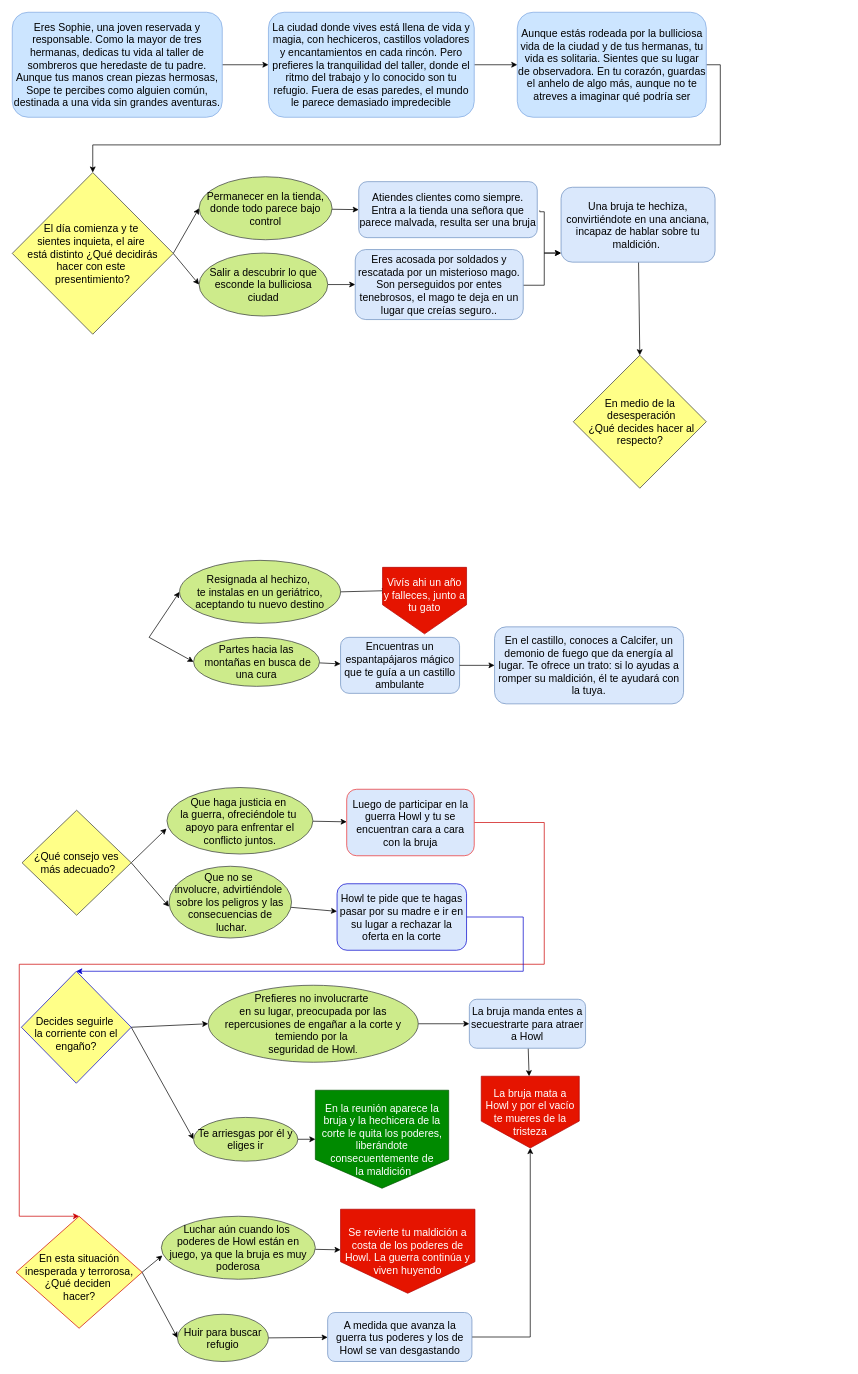
Earlier version of the draw.io diagram diagramaFINAL.drawio (2).drawio (delfinapinto/pmiw). Source tidied: cells renumbered, new cells numbered last; positions are measured from the earlier drawing's top-left corner, leaving out a move shared by most shapes. Both pictures are drawn from the tidied source at 70%, with x=0, y=0 at pixel (12, 12).
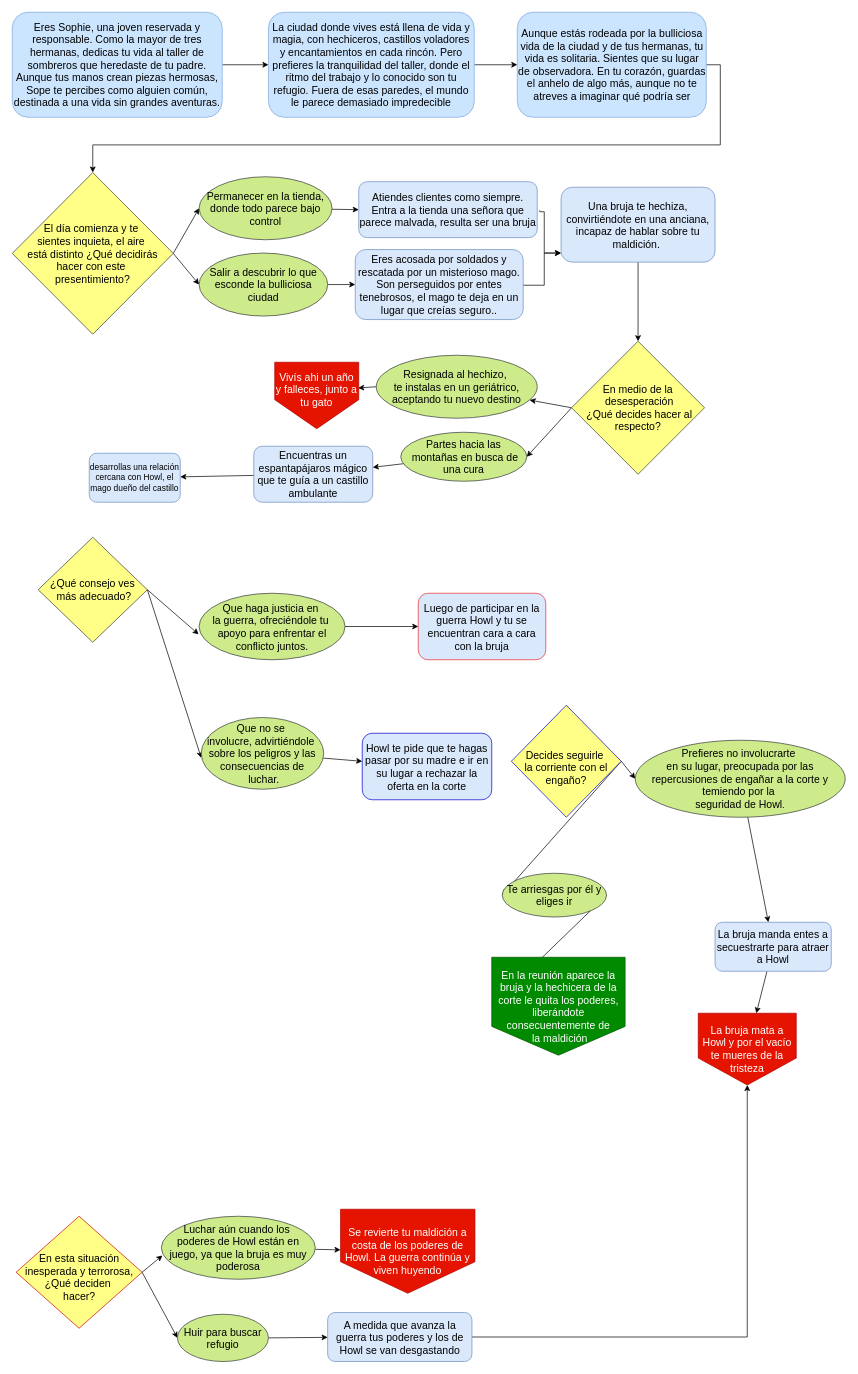
The same page after the edit.

The change refers to these unchanged cells:
```xml
<mxCell id="39" value="&lt;div style=&quot;font-size: 13px;&quot;&gt;&lt;font style=&quot;font-size: 13px;&quot;&gt;&lt;br&gt;&lt;/font&gt;&lt;/div&gt;&lt;font style=&quot;font-size: 15px;&quot;&gt;En esta situación inesperada y terrorosa, ¿Qué deciden&amp;nbsp;&lt;/font&gt;&lt;div style=&quot;font-size: 15px;&quot;&gt;&lt;font style=&quot;font-size: 15px;&quot;&gt;hacer?&lt;/font&gt;&lt;/div&gt;" style="rhombus;whiteSpace=wrap;html=1;fillColor=#ffff88;strokeColor=#CC0000;" parent="1" vertex="1">
  <mxGeometry x="5.5" y="1720" width="180" height="160" as="geometry" />
</mxCell>
```

Change to the diagram source:
```diff
@@
-    <mxCell id="17" style="rounded=0;jettySize=auto;html=1;fillColor=#e3c800;strokeColor=#000000;exitX=1;exitY=0.5;exitDx=0;exitDy=0;entryX=0;entryY=0.5;entryDx=0;entryDy=0;" parent="1" edge="1" target="19">
-      <mxGeometry relative="1" as="geometry">
-        <mxPoint x="195.5" y="893" as="sourcePoint" />
-      </mxGeometry>
-    </mxCell>
-    <mxCell id="18" style="rounded=0;jettySize=auto;html=1;exitX=1;exitY=0.5;exitDx=0;exitDy=0;entryX=0.063;entryY=0.35;entryDx=0;entryDy=0;entryPerimeter=0;" parent="1" edge="1" source="19" target="22">
+    <mxCell id="18" style="rounded=0;jettySize=auto;html=1;entryX=0.993;entryY=0.387;entryDx=0;entryDy=0;entryPerimeter=0;exitX=0;exitY=0.5;exitDx=0;exitDy=0;" parent="1" edge="1" source="19" target="22">
       <mxGeometry relative="1" as="geometry" />
     </mxCell>
     <mxCell id="19" value="&lt;font style=&quot;font-size: 15px;&quot;&gt;Resignada al hechizo,&amp;nbsp;&lt;/font&gt;&lt;div style=&quot;font-size: 15px;&quot;&gt;&lt;font style=&quot;font-size: 15px;&quot;&gt;te instalas en un geriátrico, aceptando tu nuevo destino&lt;/font&gt;&lt;/div&gt;" style="ellipse;whiteSpace=wrap;html=1;fillColor=#cdeb8b;strokeColor=#36393d;" parent="1" vertex="1">
-      <mxGeometry x="239" y="783" width="230" height="90" as="geometry" />
+      <mxGeometry x="520" y="490" width="230" height="90" as="geometry" />
     </mxCell>
@@
     <mxCell id="21" value="&lt;font style=&quot;font-size: 15px;&quot;&gt;Partes hacia las&lt;/font&gt;&lt;div&gt;&lt;font style=&quot;font-size: 15px;&quot;&gt;&amp;nbsp;montañas en busca de una cura&lt;/font&gt;&lt;/div&gt;" style="ellipse;whiteSpace=wrap;html=1;fillColor=#cdeb8b;strokeColor=#36393d;" parent="1" vertex="1">
-      <mxGeometry x="259" y="893" width="180" height="70" as="geometry" />
+      <mxGeometry x="555" y="600" width="180" height="70" as="geometry" />
     </mxCell>
     <mxCell id="22" value="&lt;div style=&quot;font-size: 15px;&quot;&gt;&lt;font style=&quot;font-size: 15px;&quot;&gt;&lt;span style=&quot;background-color: initial;&quot;&gt;Vivís&lt;/span&gt;&lt;span style=&quot;background-color: initial;&quot; class=&quot;ql-cursor&quot;&gt;&lt;/span&gt;&lt;span style=&quot;background-color: initial;&quot;&gt; ahi un año y falleces, junto a tu gato&lt;/span&gt;&lt;br&gt;&lt;/font&gt;&lt;/div&gt;&lt;div style=&quot;font-size: 15px;&quot;&gt;&lt;br&gt;&lt;/div&gt;" style="shape=offPageConnector;whiteSpace=wrap;html=1;fillColor=#e51400;fontColor=#ffffff;strokeColor=#B20000;size=0.43703703703703706;" parent="1" vertex="1">
-      <mxGeometry x="529" y="793" width="120" height="95" as="geometry" />
+      <mxGeometry x="375" y="500" width="120" height="95" as="geometry" />
     </mxCell>
+    <mxCell id="65" style="rounded=0;jettySize=auto;html=1;" parent="1" edge="1" source="23" target="67">
+      <mxGeometry relative="1" as="geometry" />
+    </mxCell>
     <mxCell id="23" value="&lt;font style=&quot;font-size: 15px;&quot;&gt;Encuentras un espantapájaros mágico que te guía a un castillo ambulante&lt;/font&gt;" style="rounded=1;whiteSpace=wrap;html=1;fillColor=#dae8fc;strokeColor=#6c8ebf;" parent="1" vertex="1">
-      <mxGeometry x="469" y="893" width="170" height="80" as="geometry" />
+      <mxGeometry x="345" y="620" width="170" height="80" as="geometry" />
     </mxCell>
-    <mxCell id="24" style="rounded=0;jettySize=auto;html=1;entryX=0;entryY=0.5;entryDx=0;entryDy=0;fillColor=#0050ef;strokeColor=#000000;exitX=1;exitY=0.5;exitDx=0;exitDy=0;" parent="1" edge="1" source="23" target="25">
-      <mxGeometry relative="1" as="geometry" />
-    </mxCell>
-    <mxCell id="25" value="&lt;font style=&quot;font-size: 15px;&quot;&gt;En el castillo, conoces a Calcifer, un demonio de fuego que da energía al lugar. Te ofrece un trato: si lo ayudas a romper su maldición, él te ayudará con la tuya.&lt;/font&gt;" style="rounded=1;whiteSpace=wrap;html=1;fillColor=#dae8fc;strokeColor=#6c8ebf;" parent="1" vertex="1">
-      <mxGeometry x="689" y="878" width="270" height="110" as="geometry" />
-    </mxCell>
@@
     <mxCell id="28" value="&lt;font style=&quot;font-size: 15px;&quot;&gt;¿Qué consejo ves&lt;/font&gt;&lt;div style=&quot;font-size: 15px;&quot;&gt;&lt;font style=&quot;font-size: 15px;&quot;&gt;&amp;nbsp;más adecuado?&lt;/font&gt;&lt;/div&gt;" style="rhombus;whiteSpace=wrap;html=1;fillColor=#ffff88;strokeColor=#36393d;" parent="1" vertex="1">
-      <mxGeometry x="14" y="1140" width="156" height="150" as="geometry" />
+      <mxGeometry x="37" y="750" width="156" height="150" as="geometry" />
     </mxCell>
@@
     <mxCell id="30" value="&lt;font style=&quot;font-size: 15px;&quot;&gt;Que haga justicia en&amp;nbsp;&lt;/font&gt;&lt;div&gt;&lt;font style=&quot;font-size: 15px;&quot;&gt;la&amp;nbsp;&lt;/font&gt;&lt;span style=&quot;font-size: 15px; background-color: initial;&quot;&gt;guerra, ofreciéndole tu&amp;nbsp;&lt;/span&gt;&lt;/div&gt;&lt;div&gt;&lt;span style=&quot;font-size: 15px; background-color: initial;&quot;&gt;apoyo para enfrentar el conflicto juntos.&lt;/span&gt;&lt;/div&gt;" style="ellipse;whiteSpace=wrap;html=1;fillColor=#cdeb8b;strokeColor=#36393d;" parent="1" vertex="1">
-      <mxGeometry x="221" y="1107.5" width="208.5" height="95" as="geometry" />
+      <mxGeometry x="266.9" y="830" width="208.5" height="95" as="geometry" />
     </mxCell>
@@
     <mxCell id="32" value="&lt;font style=&quot;font-size: 15px;&quot;&gt;Que no se&amp;nbsp;&lt;/font&gt;&lt;div style=&quot;font-size: 15px;&quot;&gt;&lt;font style=&quot;font-size: 15px;&quot;&gt;involucre, advirtiéndole&amp;nbsp;&lt;/font&gt;&lt;/div&gt;&lt;div style=&quot;font-size: 15px;&quot;&gt;&lt;font style=&quot;font-size: 15px;&quot;&gt;sobre los peligros y las consecuencias de&lt;/font&gt;&lt;div style=&quot;&quot;&gt;&lt;font style=&quot;font-size: 15px;&quot;&gt;&amp;nbsp;luchar.&lt;/font&gt;&lt;/div&gt;&lt;/div&gt;" style="ellipse;whiteSpace=wrap;html=1;fillColor=#cdeb8b;strokeColor=#36393d;" parent="1" vertex="1">
-      <mxGeometry x="224" y="1220" width="175" height="102.5" as="geometry" />
+      <mxGeometry x="270" y="1007.5" width="175" height="102.5" as="geometry" />
     </mxCell>
-    <mxCell id="33" style="edgeStyle=orthogonalEdgeStyle;rounded=0;jettySize=auto;html=1;entryX=0.5;entryY=0;entryDx=0;entryDy=0;exitX=1;exitY=0.5;exitDx=0;exitDy=0;strokeColor=#CC0000;" parent="1" edge="1" source="34" target="39">
-      <mxGeometry relative="1" as="geometry">
-        <Array as="points">
-          <mxPoint x="760" y="1158" />
-          <mxPoint x="760" y="1360" />
-          <mxPoint x="10" y="1360" />
-          <mxPoint x="10" y="1720" />
-        </Array>
-      </mxGeometry>
-    </mxCell>
     <mxCell id="34" value="&lt;font style=&quot;font-size: 15px;&quot;&gt;Luego de participar en la guerra&amp;nbsp;Howl y tu se encuentran cara a cara con la bruja&lt;/font&gt;" style="rounded=1;whiteSpace=wrap;html=1;fillColor=#dae8fc;strokeColor=#ed2c2c;" parent="1" vertex="1">
-      <mxGeometry x="477.8" y="1110" width="182.2" height="95" as="geometry" />
+      <mxGeometry x="580" y="830" width="182.2" height="95" as="geometry" />
     </mxCell>
-    <mxCell id="35" style="edgeStyle=orthogonalEdgeStyle;rounded=0;jettySize=auto;html=1;entryX=0.5;entryY=0;entryDx=0;entryDy=0;exitX=1;exitY=0.5;exitDx=0;exitDy=0;strokeColor=#0000CC;" parent="1" edge="1" source="36" target="46">
-      <mxGeometry relative="1" as="geometry">
-        <Array as="points">
-          <mxPoint x="730" y="1293" />
-          <mxPoint x="730" y="1370" />
-        </Array>
-      </mxGeometry>
-    </mxCell>
     <mxCell id="36" value="&lt;font style=&quot;font-size: 15px;&quot;&gt;Howl te pide que te hagas pasar por su madre e ir en su lugar a rechazar la oferta en la corte&lt;/font&gt;" style="rounded=1;whiteSpace=wrap;html=1;fillColor=#dae8fc;strokeColor=#0000CC;" parent="1" vertex="1">
-      <mxGeometry x="464" y="1245" width="185" height="95" as="geometry" />
+      <mxGeometry x="500" y="1030" width="185" height="95" as="geometry" />
     </mxCell>
@@
     <mxCell id="46" value="&lt;div style=&quot;font-size: 15px;&quot;&gt;&lt;font style=&quot;font-size: 15px;&quot;&gt;&lt;br&gt;&lt;/font&gt;&lt;/div&gt;&lt;font style=&quot;font-size: 15px;&quot;&gt;Decides seguirle&amp;nbsp;&lt;/font&gt;&lt;div style=&quot;font-size: 15px;&quot;&gt;&lt;font style=&quot;font-size: 15px;&quot;&gt;la corriente con el engaño?&lt;/font&gt;&lt;/div&gt;" style="rhombus;whiteSpace=wrap;html=1;fillColor=#ffff88;strokeColor=#0000CC;" parent="1" vertex="1">
-      <mxGeometry x="13" y="1370" width="157" height="160" as="geometry" />
+      <mxGeometry x="713" y="990" width="157" height="160" as="geometry" />
     </mxCell>
@@
     <mxCell id="48" value="&lt;font style=&quot;font-size: 15px;&quot;&gt;Te arriesgas por él y eliges ir&lt;/font&gt;" style="ellipse;whiteSpace=wrap;html=1;fillColor=#cdeb8b;strokeColor=#36393d;" parent="1" vertex="1">
-      <mxGeometry x="259" y="1578.8" width="149" height="62.5" as="geometry" />
+      <mxGeometry x="700" y="1230" width="149" height="62.5" as="geometry" />
     </mxCell>
@@
     <mxCell id="50" value="&lt;font style=&quot;font-size: 15px;&quot;&gt;Prefieres no&amp;nbsp;&lt;/font&gt;&lt;span style=&quot;font-size: 15px; background-color: initial;&quot;&gt;involucrarte&amp;nbsp;&lt;/span&gt;&lt;div&gt;&lt;div style=&quot;font-size: 15px;&quot;&gt;&lt;font style=&quot;font-size: 15px;&quot;&gt;en su lugar, preocupada por las repercusiones de engañar a la corte y temiendo por la&amp;nbsp;&lt;/font&gt;&lt;/div&gt;&lt;div style=&quot;font-size: 15px;&quot;&gt;&lt;font style=&quot;font-size: 15px;&quot;&gt;seguridad de Howl&lt;/font&gt;&lt;font style=&quot;font-size: 13px;&quot;&gt;.&lt;/font&gt;&lt;/div&gt;&lt;/div&gt;" style="ellipse;whiteSpace=wrap;html=1;fillColor=#cdeb8b;strokeColor=#36393d;" parent="1" vertex="1">
-      <mxGeometry x="280" y="1390" width="300" height="110" as="geometry" />
+      <mxGeometry x="890" y="1040" width="300" height="110" as="geometry" />
     </mxCell>
@@
     <mxCell id="56" value="&lt;font style=&quot;font-size: 15px;&quot;&gt;La bruja manda entes a secuestrarte para atraer a Howl&lt;/font&gt;" style="rounded=1;whiteSpace=wrap;html=1;fillColor=#dae8fc;strokeColor=#6c8ebf;" parent="1" vertex="1">
-      <mxGeometry x="653" y="1410" width="166" height="70" as="geometry" />
+      <mxGeometry x="1004" y="1300" width="166" height="70" as="geometry" />
     </mxCell>
     <mxCell id="57" value="&lt;div&gt;&lt;font style=&quot;font-size: 15px;&quot;&gt;La bruja mata a Howl y por el vacío te mueres de la tristeza&lt;/font&gt;&lt;br&gt;&lt;/div&gt;" style="shape=offPageConnector;whiteSpace=wrap;html=1;fillColor=#e51400;fontColor=#ffffff;strokeColor=#B20000;" parent="1" vertex="1">
-      <mxGeometry x="670" y="1520" width="140" height="102.5" as="geometry" />
+      <mxGeometry x="980" y="1430" width="140" height="102.5" as="geometry" />
     </mxCell>
     <mxCell id="58" value="&lt;font style=&quot;font-size: 15px;&quot;&gt;En la reunión aparece la bruja y la hechicera de la corte le quita los poderes, liberándote consecuentemente de&lt;/font&gt;&lt;div style=&quot;font-size: 15px;&quot;&gt;&lt;font style=&quot;font-size: 15px;&quot;&gt;&amp;nbsp;la maldición&lt;/font&gt;&lt;/div&gt;" style="shape=offPageConnector;whiteSpace=wrap;html=1;fillColor=#008a00;fontColor=#ffffff;strokeColor=#005700;size=0.29411764705882354;" parent="1" vertex="1">
-      <mxGeometry x="433" y="1540" width="190.5" height="140" as="geometry" />
+      <mxGeometry x="685" y="1350" width="190.5" height="140" as="geometry" />
     </mxCell>
@@
-    <mxCell id="63" style="rounded=0;jettySize=auto;html=1;exitX=1;exitY=0.5;exitDx=0;exitDy=0;entryX=0;entryY=0.5;entryDx=0;entryDy=0;" parent="1" edge="1" target="21">
-      <mxGeometry relative="1" as="geometry">
-        <mxPoint x="195.5" y="893" as="sourcePoint" />
-      </mxGeometry>
+    <mxCell id="63" style="rounded=0;jettySize=auto;html=1;exitX=0;exitY=0.5;exitDx=0;exitDy=0;entryX=1;entryY=0.5;entryDx=0;entryDy=0;" parent="1" edge="1" source="64" target="21">
+      <mxGeometry relative="1" as="geometry" />
     </mxCell>
+    <mxCell id="66" style="rounded=0;jettySize=auto;html=1;exitX=0;exitY=0.5;exitDx=0;exitDy=0;" parent="1" edge="1" source="64" target="19">
+      <mxGeometry relative="1" as="geometry" />
+    </mxCell>
     <mxCell id="64" value="&lt;div style=&quot;font-size: 15px;&quot;&gt;&lt;font style=&quot;font-size: 15px;&quot;&gt;En medio de la&lt;/font&gt;&lt;/div&gt;&lt;div style=&quot;font-size: 15px;&quot;&gt;&lt;font style=&quot;font-size: 15px;&quot;&gt;&amp;nbsp;desesperación&lt;/font&gt;&lt;/div&gt;&lt;div style=&quot;font-size: 15px;&quot;&gt;&lt;font style=&quot;font-size: 15px;&quot;&gt;&amp;nbsp;¿Qué decides hacer al respecto?&lt;/font&gt;&lt;/div&gt;" style="rhombus;whiteSpace=wrap;html=1;fillColor=#ffff88;strokeColor=#36393d;" parent="1" vertex="1">
-      <mxGeometry x="801.5" y="490" width="190" height="190" as="geometry" />
+      <mxGeometry x="799" y="470" width="190" height="190" as="geometry" />
     </mxCell>
+    <mxCell id="67" value="desarrollas una relación cercana con Howl, el mago dueño del castillo" style="rounded=1;whiteSpace=wrap;html=1;fillColor=#dae8fc;strokeColor=#6c8ebf;" parent="1" vertex="1">
+      <mxGeometry x="110" y="630" width="130" height="70" as="geometry" />
+    </mxCell>
```
